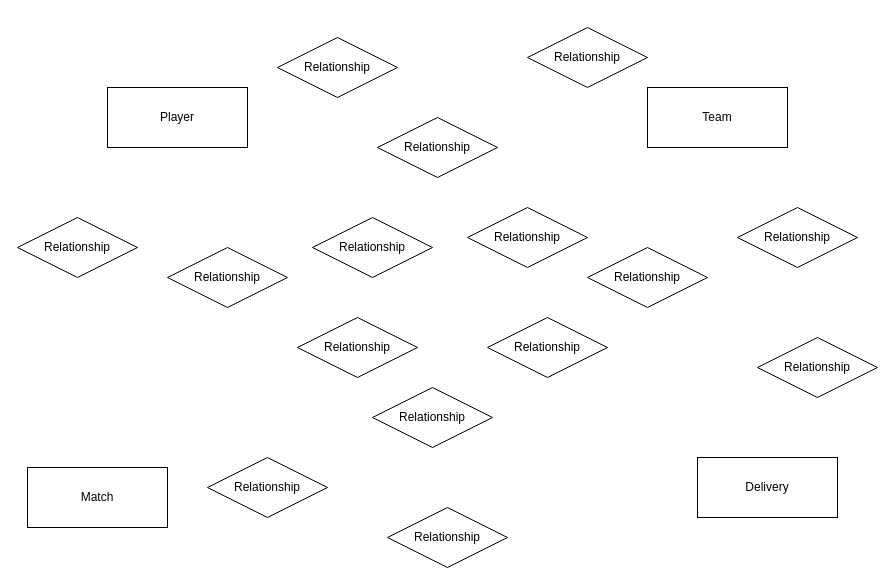
This is Untitled Diagram.drawio from Kstromz279/Module-0, a draw.io file, before an edit. Source tidied: cells renumbered, new cells numbered last; positions are measured from the earlier drawing's top-left corner, leaving out a move shared by most shapes. Both pictures are drawn from the tidied source at 100%, with x=0, y=0 at pixel (17, 27).
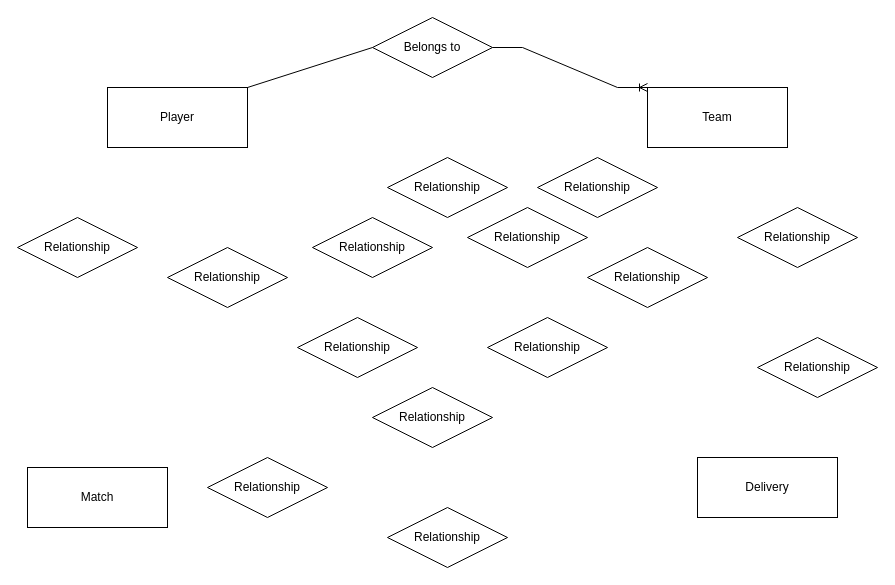
The same diagram, later.

The change refers to these unchanged cells:
```xml
<mxCell id="2" value="Player" style="whiteSpace=wrap;html=1;align=center;" parent="1" vertex="1">
  <mxGeometry x="90" y="60" width="140" height="60" as="geometry" />
</mxCell>
<mxCell id="3" value="Team" style="whiteSpace=wrap;html=1;align=center;" parent="1" vertex="1">
  <mxGeometry x="630" y="60" width="140" height="60" as="geometry" />
</mxCell>
```

The edit, as a diff of the source:
```diff
@@
     <mxCell id="11" value="Relationship" style="shape=rhombus;perimeter=rhombusPerimeter;whiteSpace=wrap;html=1;align=center;" parent="1" vertex="1">
-      <mxGeometry x="510" width="120" height="60" as="geometry" />
+      <mxGeometry x="520" y="130" width="120" height="60" as="geometry" />
     </mxCell>
-    <mxCell id="12" value="Relationship" style="shape=rhombus;perimeter=rhombusPerimeter;whiteSpace=wrap;html=1;align=center;" parent="1" vertex="1">
-      <mxGeometry x="260" y="10" width="120" height="60" as="geometry" />
+    <mxCell id="12" value="Belongs to" style="shape=rhombus;perimeter=rhombusPerimeter;whiteSpace=wrap;html=1;align=center;" parent="1" vertex="1">
+      <mxGeometry x="355" y="-10" width="120" height="60" as="geometry" />
     </mxCell>
@@
     <mxCell id="20" value="Relationship" style="shape=rhombus;perimeter=rhombusPerimeter;whiteSpace=wrap;html=1;align=center;" parent="1" vertex="1">
-      <mxGeometry x="360" y="90" width="120" height="60" as="geometry" />
+      <mxGeometry x="370" y="130" width="120" height="60" as="geometry" />
     </mxCell>
+    <mxCell id="21" style="edgeStyle=entityRelationEdgeStyle;fontSize=12;html=1;endArrow=ERoneToMany;rounded=0;exitX=1;exitY=0.5;exitDx=0;exitDy=0;entryX=0;entryY=0;entryDx=0;entryDy=0;" parent="1" edge="1" source="12" target="3">
+      <mxGeometry relative="1" as="geometry" />
+    </mxCell>
+    <mxCell id="22" style="endArrow=none;html=1;rounded=0;exitX=1;exitY=0;exitDx=0;exitDy=0;entryX=0;entryY=0.5;entryDx=0;entryDy=0;" parent="1" edge="1" source="2" target="12">
+      <mxGeometry relative="1" as="geometry" />
+    </mxCell>
```
